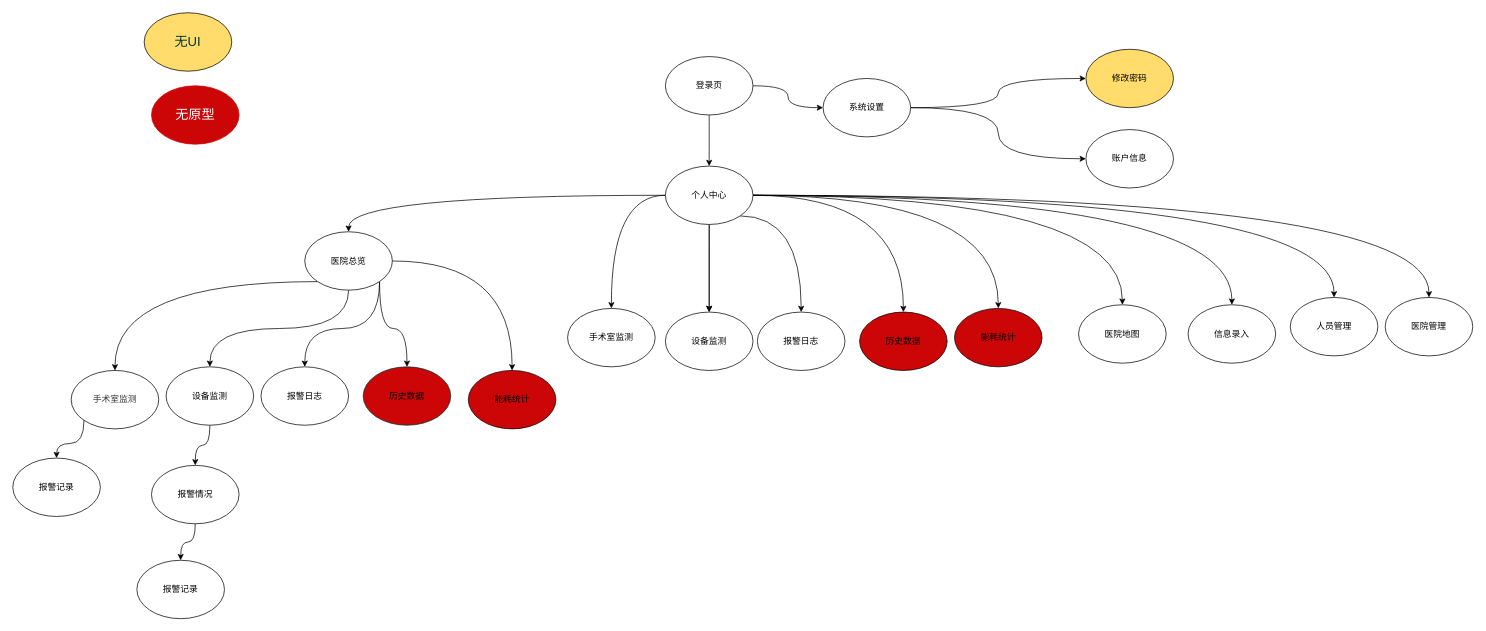
Earlier version of the draw.io diagram 未命名绘图.drawio (linround/2022). Source tidied: cells renumbered, new cells numbered last; positions are measured from the earlier drawing's top-left corner, leaving out a move shared by most shapes. Both pictures are drawn from the tidied source at 73%, with x=0, y=0 at pixel (12, 12).
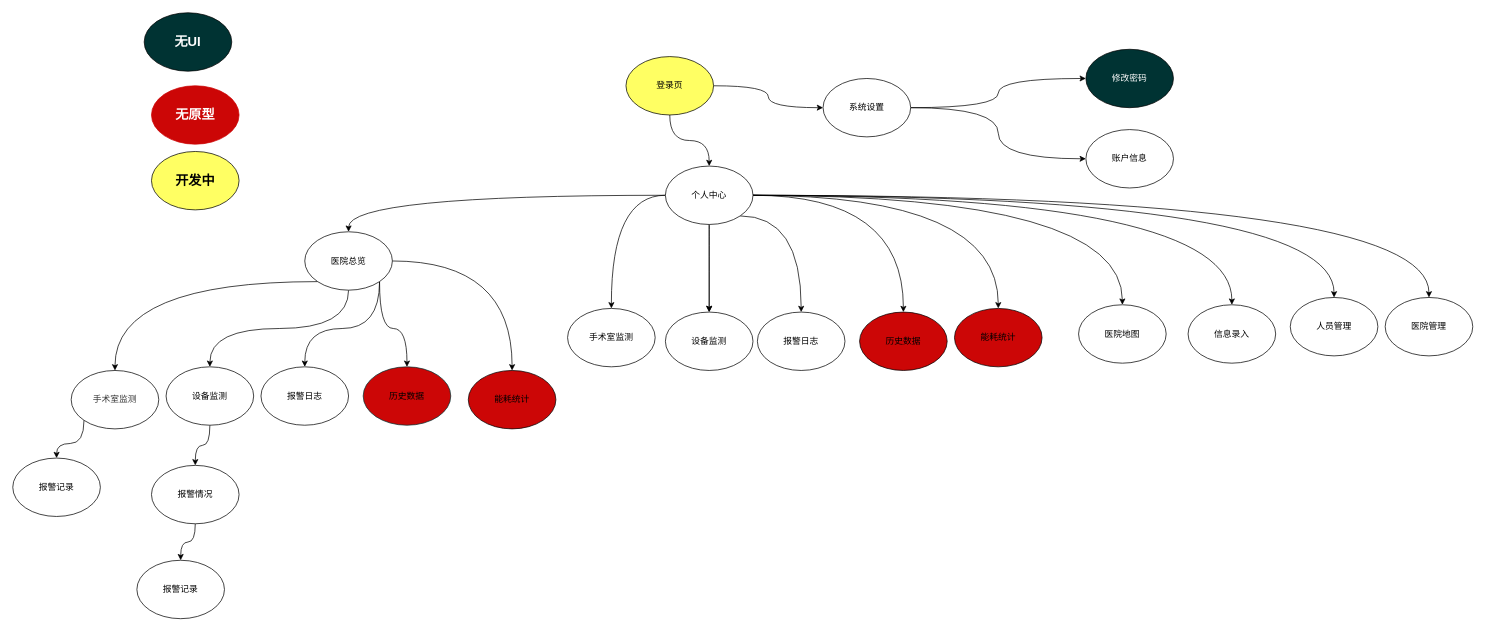
The same page after the edit.

Commit message:
更新未命名绘图.drawio

The edit, as a diff of the source:
```diff
@@
-    <mxCell id="4" value="登录页" style="ellipse;whiteSpace=wrap;html=1;" parent="1" vertex="1">
-      <mxGeometry x="894" y="60" width="120" height="80" as="geometry" />
+    <mxCell id="4" value="登录页" style="ellipse;whiteSpace=wrap;html=1;fillColor=#FFFF63;" parent="1" vertex="1">
+      <mxGeometry x="840" y="60" width="120" height="80" as="geometry" />
     </mxCell>
@@
-    <mxCell id="43" value="无原型" style="ellipse;whiteSpace=wrap;html=1;strokeColor=#CC0606;fillColor=#CC0606;fontColor=#FFFFFF;fontSize=18;" parent="1" vertex="1">
+    <mxCell id="43" value="无原型" style="ellipse;whiteSpace=wrap;html=1;strokeColor=#CC0606;fillColor=#CC0606;fontColor=#FFFFFF;fontSize=18;fontStyle=1;" parent="1" vertex="1">
       <mxGeometry x="190" y="100" width="120" height="80" as="geometry" />
     </mxCell>
-    <mxCell id="44" value="无UI" style="ellipse;whiteSpace=wrap;html=1;fillColor=#FFDC6B;fontColor=#003333;fontSize=18;" parent="1" vertex="1">
+    <mxCell id="44" value="无UI" style="ellipse;whiteSpace=wrap;html=1;fillColor=#003333;fontColor=#FFFFFF;fontSize=18;fontStyle=1;" parent="1" vertex="1">
       <mxGeometry x="180" width="120" height="80" as="geometry" />
     </mxCell>
@@
-    <mxCell id="49" value="修改密码" style="ellipse;whiteSpace=wrap;html=1;fillColor=#FFDC6B;" parent="1" vertex="1">
+    <mxCell id="49" value="修改密码" style="ellipse;whiteSpace=wrap;html=1;fillColor=#003333;fontColor=#FFFFFF;" parent="1" vertex="1">
       <mxGeometry x="1470" y="50" width="120" height="80" as="geometry" />
     </mxCell>
+    <mxCell id="50" value="开发中" style="ellipse;whiteSpace=wrap;html=1;fillColor=#FFFF63;fontSize=18;fontStyle=1;" parent="1" vertex="1">
+      <mxGeometry x="190" y="190" width="120" height="80" as="geometry" />
+    </mxCell>
```
